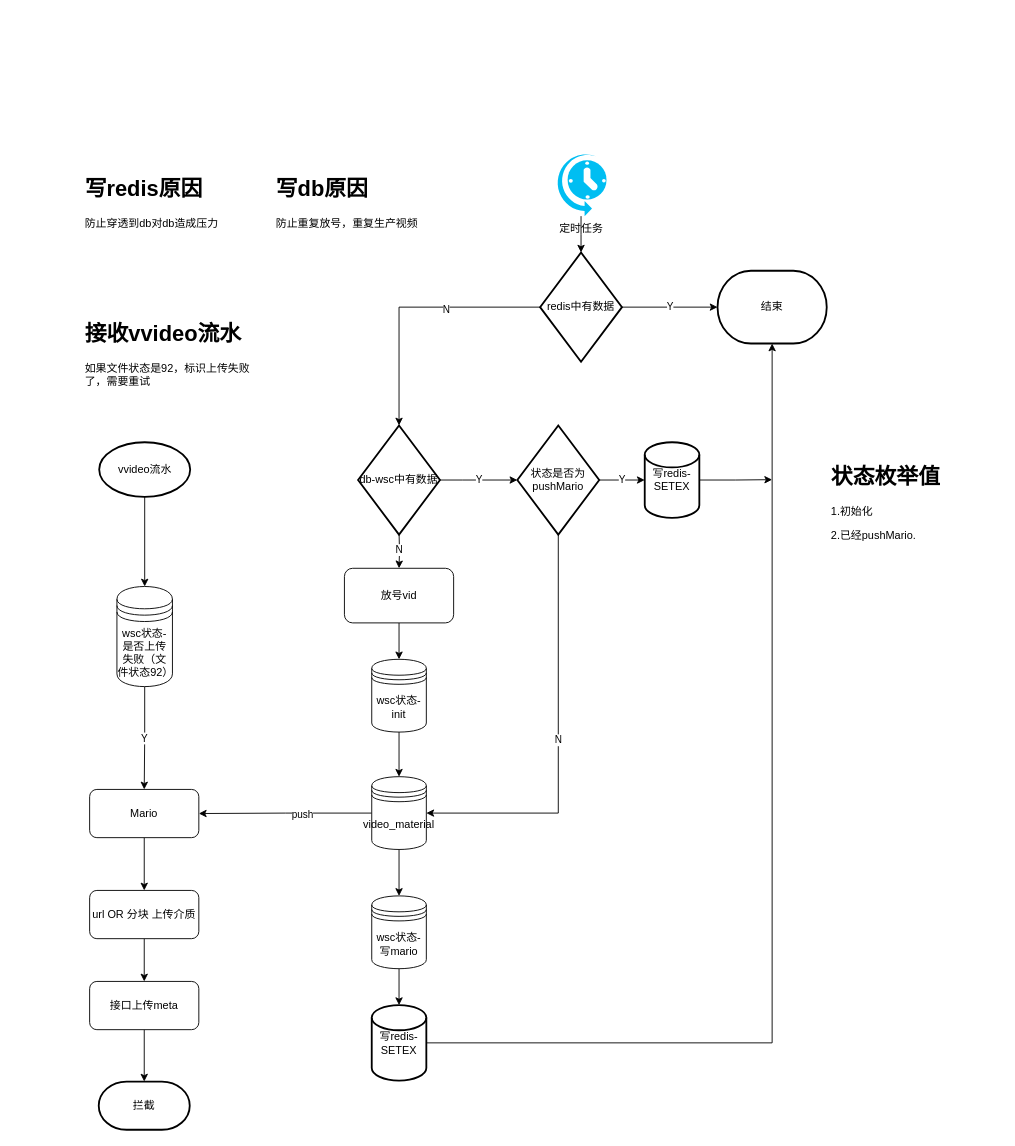
The draw.io diagram WSC迁移.drawio in lixiangdaqian/diagrams, before the edit. Source tidied: cells renumbered, new cells numbered last; positions are measured from the earlier drawing's top-left corner, leaving out a move shared by most shapes. Both pictures are drawn from the tidied source at 91%, with x=0, y=0 at pixel (80, 152).
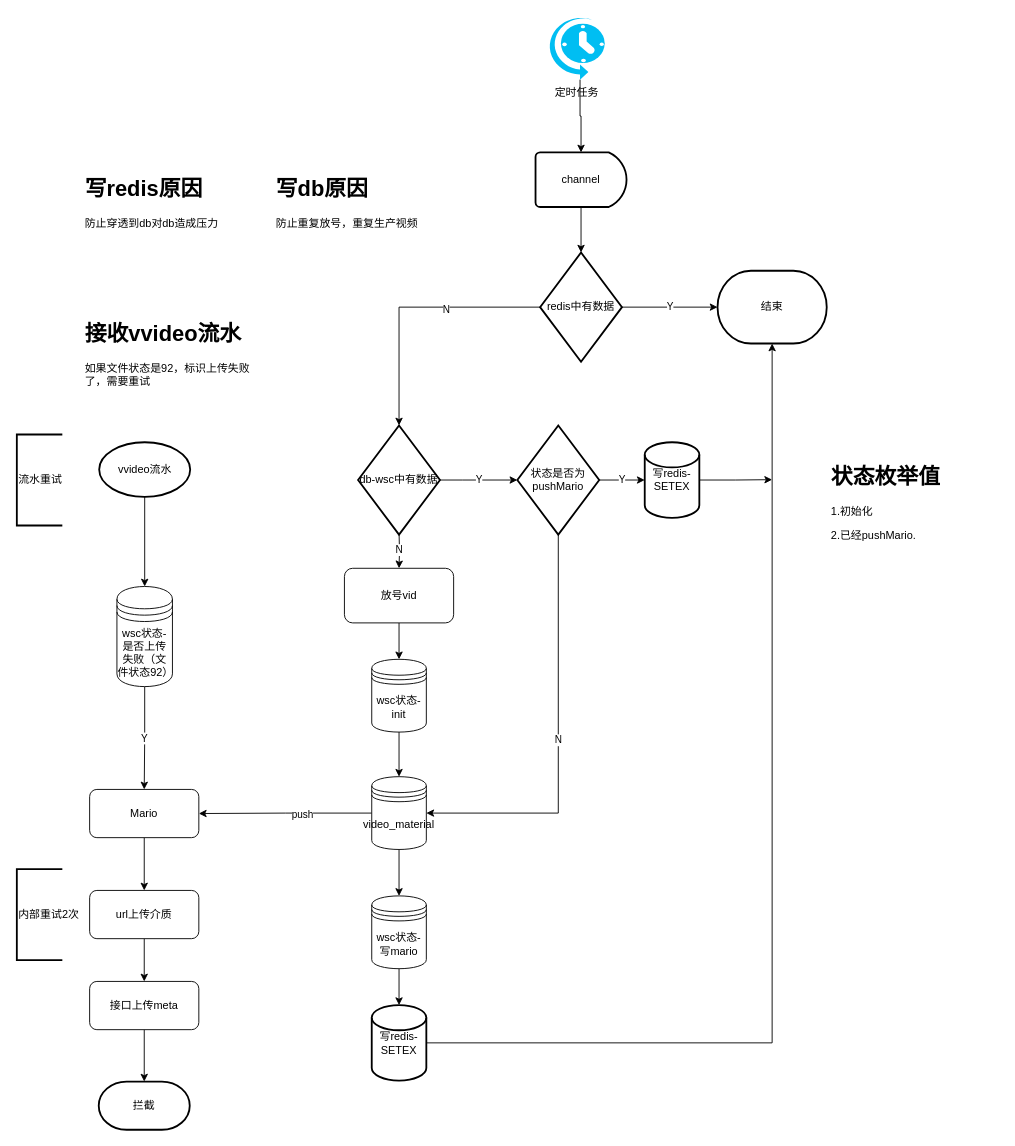
The same diagram, later.

The change refers to these unchanged cells:
```xml
<mxCell id="28" value="redis中有数据" style="strokeWidth=2;html=1;shape=mxgraph.flowchart.decision;whiteSpace=wrap;" parent="1" vertex="1">
  <mxGeometry x="505" y="110" width="90" height="120" as="geometry" />
</mxCell>
```

What changed in the source:
```diff
@@
-    <mxCell id="2" style="edgeStyle=orthogonalEdgeStyle;rounded=0;jettySize=auto;html=1;entryX=0.5;entryY=0;entryDx=0;entryDy=0;" parent="1" edge="1" source="3">
-      <mxGeometry relative="1" as="geometry">
-        <mxPoint x="550" y="110" as="targetPoint" />
-      </mxGeometry>
-    </mxCell>
+    <mxCell id="44" style="edgeStyle=orthogonalEdgeStyle;rounded=0;jettySize=auto;html=1;exitX=0.57;exitY=1;exitDx=0;exitDy=0;exitPerimeter=0;entryX=0.5;entryY=0;entryDx=0;entryDy=0;entryPerimeter=0;" parent="1" edge="1" source="3" target="46">
+      <mxGeometry relative="1" as="geometry" />
+    </mxCell>
     <mxCell id="3" value="定时任务" style="verticalLabelPosition=bottom;html=1;verticalAlign=top;align=center;strokeColor=none;fillColor=#00BEF2;shape=mxgraph.azure.scheduler;" parent="1" vertex="1">
-      <mxGeometry x="522" width="56" height="70" as="geometry" />
+      <mxGeometry x="513" y="-150" width="63" height="70" as="geometry" />
     </mxCell>
@@
-    <mxCell id="20" value="url OR 分块 上传介质" style="rounded=1;whiteSpace=wrap;html=1;" parent="1" vertex="1">
+    <mxCell id="20" value="url上传介质" style="rounded=1;whiteSpace=wrap;html=1;" parent="1" vertex="1">
       <mxGeometry x="10" y="811" width="120" height="53" as="geometry" />
     </mxCell>
@@
+    <mxCell id="45" style="edgeStyle=orthogonalEdgeStyle;rounded=0;jettySize=auto;html=1;exitX=0.5;exitY=1;exitDx=0;exitDy=0;exitPerimeter=0;entryX=0.5;entryY=0;entryDx=0;entryDy=0;entryPerimeter=0;" parent="1" edge="1" source="46" target="28">
+      <mxGeometry relative="1" as="geometry" />
+    </mxCell>
+    <mxCell id="46" value="channel" style="strokeWidth=2;html=1;shape=mxgraph.flowchart.delay;whiteSpace=wrap;" parent="1" vertex="1">
+      <mxGeometry x="500" width="100" height="60" as="geometry" />
+    </mxCell>
+    <mxCell id="47" value="内部重试2次" style="strokeWidth=2;html=1;shape=mxgraph.flowchart.annotation_1;align=left;" parent="1" vertex="1">
+      <mxGeometry x="-70" y="787.5" width="50" height="100" as="geometry" />
+    </mxCell>
+    <mxCell id="48" value="流水重试" style="strokeWidth=2;html=1;shape=mxgraph.flowchart.annotation_1;align=left;" parent="1" vertex="1">
+      <mxGeometry x="-70" y="310" width="50" height="100" as="geometry" />
+    </mxCell>
```
